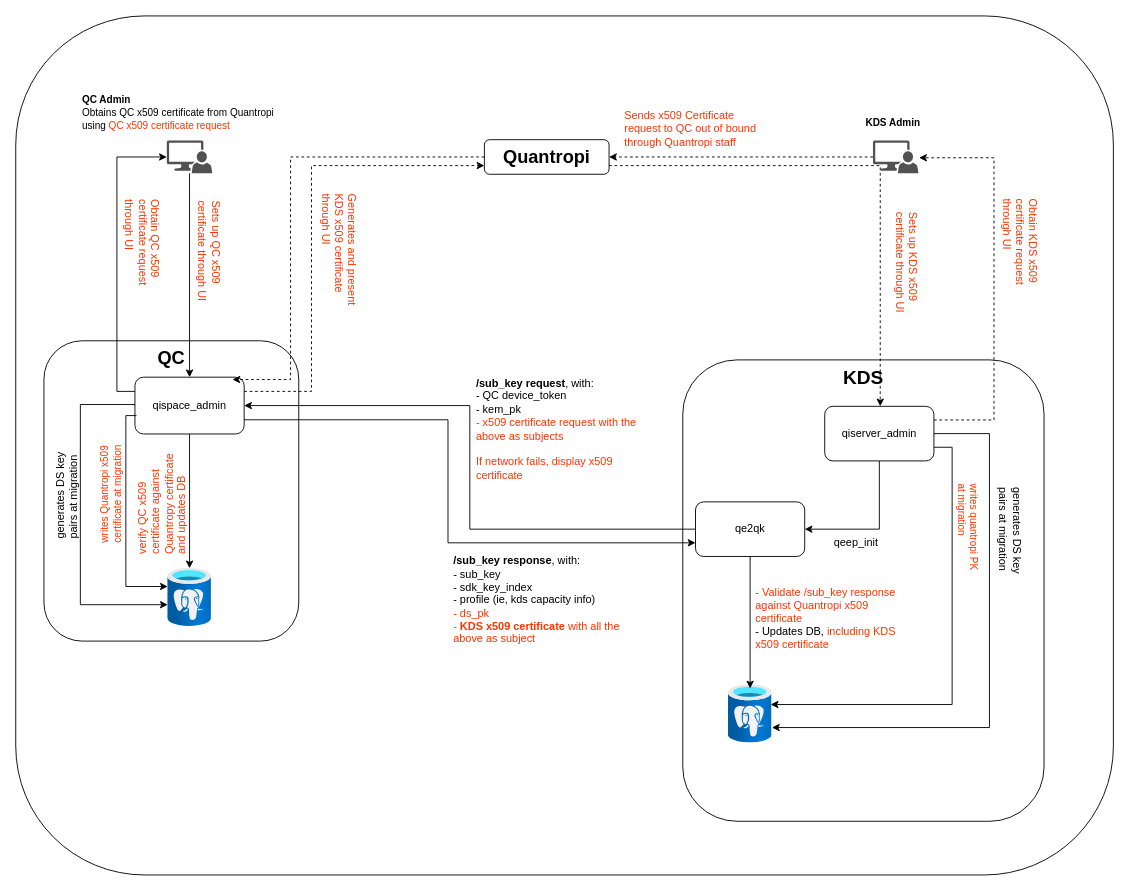
The draw.io diagram Untitled Diagram.drawio in quantropi-minh/certificate-mgmt, before the edit. Source tidied: cells renumbered, new cells numbered last; positions are measured from the earlier drawing's top-left corner, leaving out a move shared by most shapes. Both pictures are drawn from the tidied source at 91%, with x=0, y=0 at pixel (15, 15).
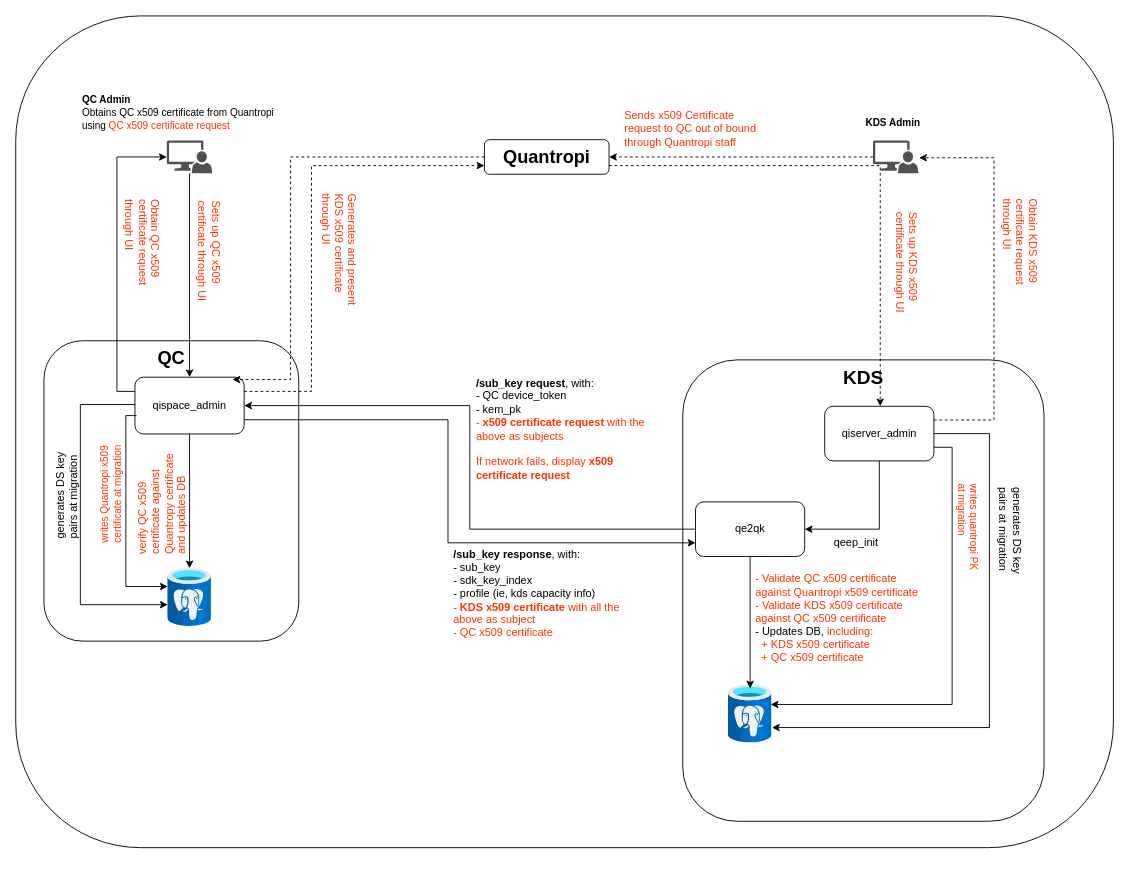
The same diagram, later.

Unchanged cells that the change refers to:
```xml
<mxCell id="13" style="group;" parent="1" vertex="1">
  <mxGeometry x="732.8" y="378" width="397" height="507" as="geometry" />
</mxCell>
```

Change to the diagram source:
```diff
@@
     <mxCell id="2" style="rounded=1;whiteSpace=wrap;html=1;align=center;verticalAlign=top;" parent="1" vertex="1">
-      <mxGeometry x="-0.2" width="1206.2" height="944" as="geometry" />
+      <mxGeometry x="-0.2" width="1206.2" height="914" as="geometry" />
     </mxCell>
@@
-    <mxCell id="25" value="&lt;div&gt;&lt;font color=&quot;#ff3300&quot;&gt;&lt;span style=&quot;background-color: initial;&quot;&gt;- Validate /sub_key response against Quantropi x509 certificate&lt;/span&gt;&lt;br&gt;&lt;/font&gt;&lt;/div&gt;&lt;div&gt;&lt;span style=&quot;background-color: initial;&quot;&gt;- Updates DB, &lt;font color=&quot;#ff3300&quot;&gt;including KDS x509 certificate&lt;/font&gt;&lt;/span&gt;&lt;/div&gt;" style="text;html=1;align=left;verticalAlign=middle;whiteSpace=wrap;rounded=0;rotation=0;" parent="13" vertex="1">
-      <mxGeometry x="78" y="250" width="169" height="67" as="geometry" />
+    <mxCell id="25" value="&lt;div&gt;&lt;font color=&quot;#ff3300&quot;&gt;&lt;span style=&quot;background-color: initial;&quot;&gt;- Validate QC x509 certificate &lt;/span&gt;&lt;/font&gt;&lt;span style=&quot;background-color: initial; color: rgb(255, 51, 0);&quot;&gt;against Quantropi x509 certificate&lt;/span&gt;&lt;/div&gt;&lt;div&gt;&lt;span style=&quot;background-color: initial; color: rgb(255, 51, 0);&quot;&gt;- Validate KDS x509 certificate against QC x509 certificate&lt;/span&gt;&lt;/div&gt;&lt;div&gt;&lt;span style=&quot;background-color: initial;&quot;&gt;- Updates DB, &lt;/span&gt;&lt;font style=&quot;background-color: initial;&quot; color=&quot;#ff3300&quot;&gt;including:&lt;/font&gt;&lt;/div&gt;&lt;div&gt;&lt;font style=&quot;background-color: initial;&quot; color=&quot;#ff3300&quot;&gt;&amp;nbsp; + KDS x509 certificate&lt;/font&gt;&lt;/div&gt;&lt;div&gt;&lt;font style=&quot;background-color: initial;&quot; color=&quot;#ff3300&quot;&gt;&amp;nbsp; + QC x509 certificate&lt;/font&gt;&lt;/div&gt;" style="text;html=1;align=left;verticalAlign=middle;whiteSpace=wrap;rounded=0;rotation=0;" parent="13" vertex="1">
+      <mxGeometry x="78" y="231" width="195" height="105" as="geometry" />
     </mxCell>
@@
-    <mxCell id="32" value="&lt;b&gt;/sub_key request&lt;/b&gt;, with:&lt;div&gt;- QC device_token&lt;br&gt;&lt;div&gt;- kem_pk&lt;/div&gt;&lt;div&gt;&lt;font color=&quot;#ff3300&quot;&gt;- x509 certificate request with the above as subjects&lt;/font&gt;&lt;/div&gt;&lt;/div&gt;&lt;div&gt;&lt;font color=&quot;#ff3300&quot;&gt;&lt;br&gt;&lt;/font&gt;&lt;/div&gt;&lt;div&gt;&lt;font color=&quot;#ff3300&quot;&gt;If network fails, display x509 certificate&amp;nbsp;&lt;/font&gt;&lt;/div&gt;" style="text;html=1;align=left;verticalAlign=middle;whiteSpace=wrap;rounded=0;rotation=0;" parent="1" vertex="1">
+    <mxCell id="32" value="&lt;b&gt;/sub_key request&lt;/b&gt;, with:&lt;div&gt;- QC device_token&lt;br&gt;&lt;div&gt;- kem_pk&lt;/div&gt;&lt;div&gt;&lt;font color=&quot;#ff3300&quot;&gt;- &lt;b&gt;x509 certificate request&lt;/b&gt; with the above as subjects&lt;/font&gt;&lt;/div&gt;&lt;/div&gt;&lt;div&gt;&lt;font color=&quot;#ff3300&quot;&gt;&lt;br&gt;&lt;/font&gt;&lt;/div&gt;&lt;div&gt;&lt;font color=&quot;#ff3300&quot;&gt;If network fails, display &lt;b&gt;x509 certificate request&lt;/b&gt;&lt;/font&gt;&lt;/div&gt;" style="text;html=1;align=left;verticalAlign=middle;whiteSpace=wrap;rounded=0;rotation=0;" parent="1" vertex="1">
       <mxGeometry x="503.8" y="378" width="202" height="152" as="geometry" />
     </mxCell>
@@
-    <mxCell id="34" value="&lt;b&gt;/sub_key response&lt;/b&gt;, with:&lt;br&gt;&lt;span style=&quot;background-color: initial;&quot;&gt;- sub_key&lt;/span&gt;&lt;br&gt;&lt;span style=&quot;background-color: initial;&quot;&gt;- sdk_key_index&lt;/span&gt;&lt;br&gt;&lt;span style=&quot;background-color: initial;&quot;&gt;-&amp;nbsp;profile (ie, kds capacity info)&lt;/span&gt;&lt;br&gt;&lt;div&gt;&lt;font color=&quot;#ff3300&quot;&gt;- ds_pk&lt;/font&gt;&lt;/div&gt;&lt;div&gt;&lt;font color=&quot;#ff3300&quot;&gt;- &lt;b&gt;KDS x509 certificate&lt;/b&gt; with all the above as subject&lt;/font&gt;&lt;/div&gt;" style="text;html=1;align=left;verticalAlign=middle;whiteSpace=wrap;rounded=0;rotation=0;" parent="1" vertex="1">
+    <mxCell id="34" value="&lt;b&gt;/sub_key response&lt;/b&gt;, with:&lt;br&gt;&lt;span style=&quot;background-color: initial;&quot;&gt;- sub_key&lt;/span&gt;&lt;br&gt;&lt;span style=&quot;background-color: initial;&quot;&gt;- sdk_key_index&lt;/span&gt;&lt;br&gt;&lt;span style=&quot;background-color: initial;&quot;&gt;-&amp;nbsp;profile (ie, kds capacity info)&lt;/span&gt;&lt;div&gt;&lt;span style=&quot;color: rgb(255, 51, 0);&quot;&gt;-&amp;nbsp;&lt;/span&gt;&lt;b style=&quot;color: rgb(255, 51, 0);&quot;&gt;KDS x509 certificate&lt;/b&gt;&lt;span style=&quot;color: rgb(255, 51, 0);&quot;&gt;&amp;nbsp;with all the above as subject&lt;/span&gt;&lt;br&gt;&lt;div&gt;&lt;font color=&quot;#ff3300&quot;&gt;- QC x509 certificate&lt;/font&gt;&lt;/div&gt;&lt;div&gt;&lt;br&gt;&lt;/div&gt;&lt;/div&gt;" style="text;html=1;align=left;verticalAlign=middle;whiteSpace=wrap;rounded=0;rotation=0;" parent="1" vertex="1">
       <mxGeometry x="478.8" y="588" width="193" height="108" as="geometry" />
     </mxCell>
```
